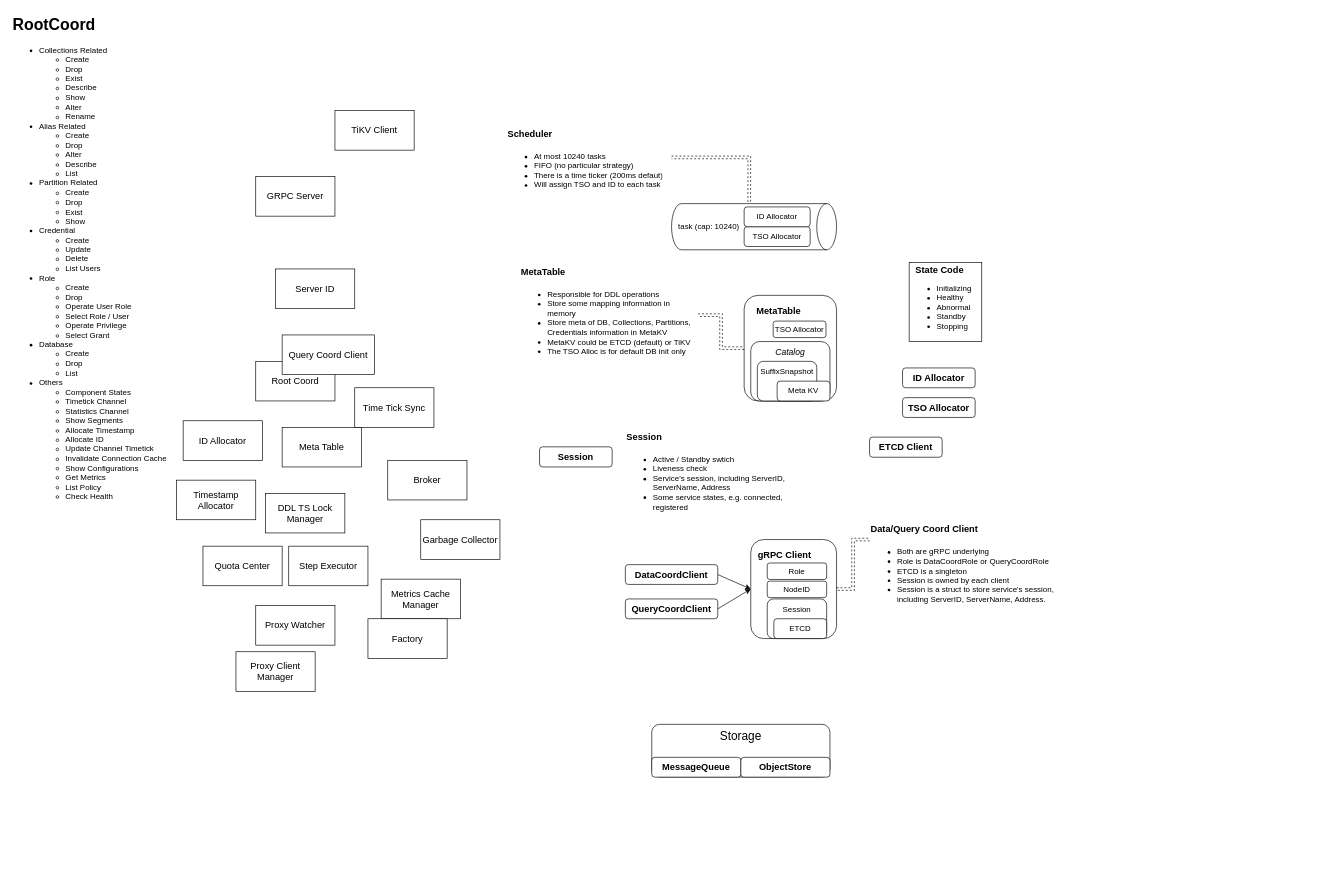
Earlier version of the draw.io diagram MilvusServer.drawio (Reidddddd/drawing). Source tidied: cells renumbered, new cells numbered last; positions are measured from the earlier drawing's top-left corner, leaving out a move shared by most shapes. Both pictures are drawn from the tidied source at 66%, with x=0, y=0 at pixel (11, 11).
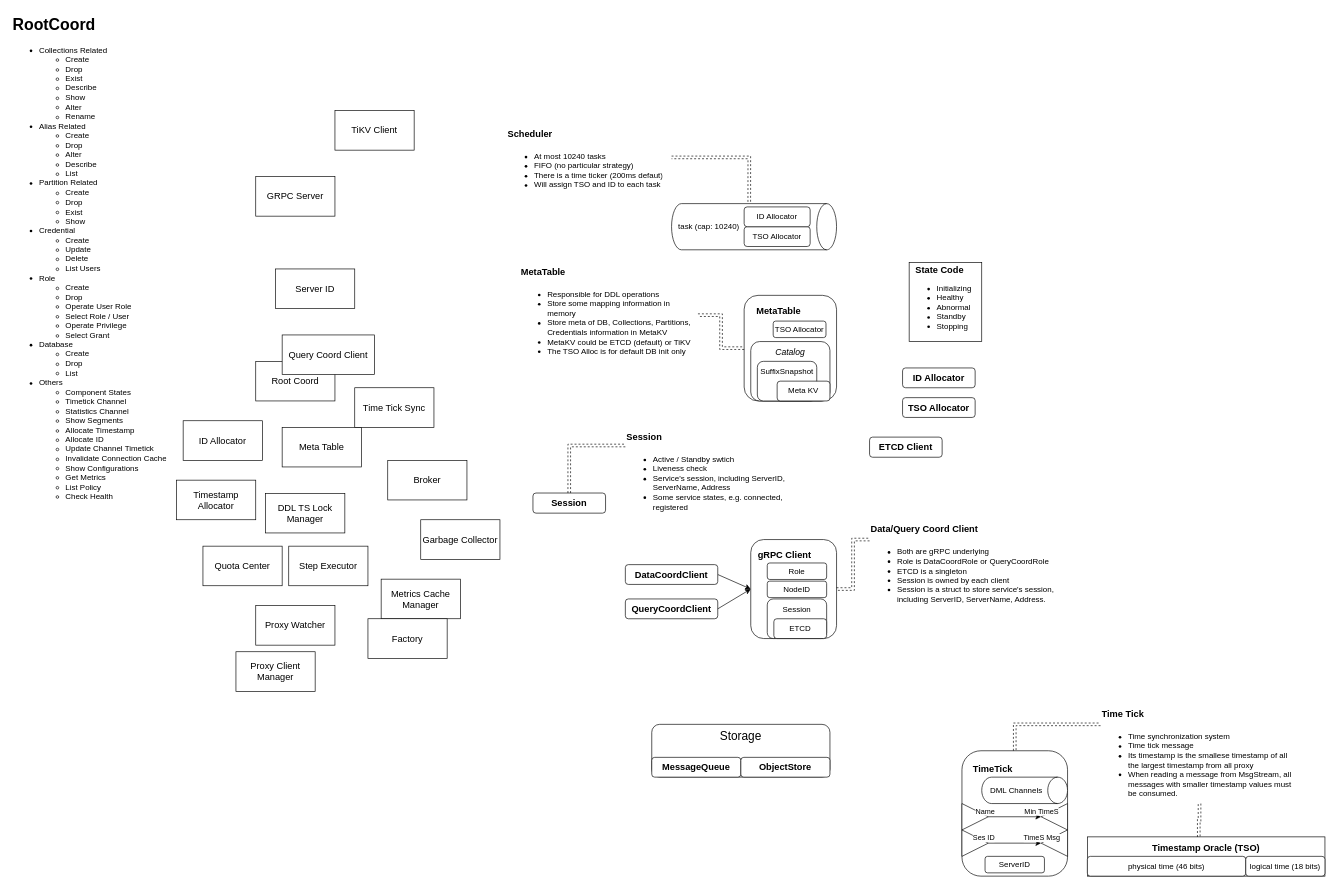
Above is the later version.

Commit message:
TimeTick part

Unchanged cells that the change refers to:
```xml
<mxCell id="52" value="&lt;h1 style=&quot;margin-top: 0px;&quot;&gt;&lt;font style=&quot;font-size: 14px;&quot;&gt;Session&lt;/font&gt;&lt;/h1&gt;&lt;p&gt;&lt;/p&gt;&lt;ul&gt;&lt;li&gt;&lt;span style=&quot;background-color: initial;&quot;&gt;Active / Standby swtich&lt;/span&gt;&lt;/li&gt;&lt;li&gt;Liveness check&lt;/li&gt;&lt;li&gt;Service's session, including ServerID, ServerName, Address&lt;/li&gt;&lt;li&gt;Some service states, e.g. connected, registered&lt;/li&gt;&lt;/ul&gt;&lt;p&gt;&lt;/p&gt;" style="text;html=1;whiteSpace=wrap;overflow=hidden;rounded=0;" parent="1" vertex="1">
  <mxGeometry x="930" y="620" width="246" height="150" as="geometry" />
</mxCell>
```

Diff of the diagram source:
```diff
@@
+    <mxCell id="53" value="&lt;div&gt;&lt;span style=&quot;font-size: 14px;&quot;&gt;&lt;b&gt;TimeTick&amp;nbsp; &amp;nbsp; &amp;nbsp; &amp;nbsp; &amp;nbsp; &amp;nbsp; &amp;nbsp; &amp;nbsp; &amp;nbsp;&lt;/b&gt;&lt;/span&gt;&lt;/div&gt;&lt;div&gt;&lt;span style=&quot;font-size: 14px;&quot;&gt;&lt;b&gt;&lt;br&gt;&lt;/b&gt;&lt;/span&gt;&lt;/div&gt;&lt;div&gt;&lt;span style=&quot;font-size: 14px;&quot;&gt;&lt;b&gt;&lt;br&gt;&lt;/b&gt;&lt;/span&gt;&lt;/div&gt;&lt;div&gt;&lt;span style=&quot;font-size: 14px;&quot;&gt;&lt;b&gt;&lt;br&gt;&lt;/b&gt;&lt;/span&gt;&lt;/div&gt;&lt;div&gt;&lt;br&gt;&lt;/div&gt;&lt;div&gt;&lt;br&gt;&lt;/div&gt;&lt;div&gt;&lt;br&gt;&lt;/div&gt;&lt;div&gt;&lt;br&gt;&lt;/div&gt;&lt;div&gt;&lt;br&gt;&lt;/div&gt;&lt;div&gt;&lt;br&gt;&lt;/div&gt;" style="rounded=1;whiteSpace=wrap;html=1;arcSize=18;" parent="1" vertex="1">
+      <mxGeometry x="1440" y="1120" width="160" height="190" as="geometry" />
+    </mxCell>
+    <mxCell id="54" style="triangle;whiteSpace=wrap;html=1;rotation=-180;" parent="1" vertex="1">
+      <mxGeometry x="1560" y="1200" width="40" height="40" as="geometry" />
+    </mxCell>
+    <mxCell id="55" style="triangle;whiteSpace=wrap;html=1;rotation=-180;" parent="1" vertex="1">
+      <mxGeometry x="1560" y="1240" width="40" height="40" as="geometry" />
+    </mxCell>
+    <mxCell id="56" style="rounded=0;whiteSpace=wrap;html=1;" parent="1" vertex="1">
+      <mxGeometry x="1630" y="1250.5" width="360" height="59.5" as="geometry" />
+    </mxCell>
@@
     <mxCell id="51" value="&lt;font style=&quot;font-size: 14px;&quot;&gt;&lt;b&gt;Session&lt;/b&gt;&lt;/font&gt;" style="rounded=1;whiteSpace=wrap;html=1;" parent="1" vertex="1">
-      <mxGeometry x="800" y="659.5" width="110" height="30.5" as="geometry" />
+      <mxGeometry x="790" y="729.5" width="110" height="30.5" as="geometry" />
     </mxCell>
@@
+    <mxCell id="57" style="rounded=0;jettySize=auto;html=1;exitX=0.5;exitY=0;exitDx=0;exitDy=0;shape=link;edgeStyle=orthogonalEdgeStyle;dashed=1;entryX=0;entryY=0.25;entryDx=0;entryDy=0;" parent="1" edge="1" source="51" target="52">
+      <mxGeometry relative="1" as="geometry" />
+    </mxCell>
+    <mxCell id="58" value="&lt;h1 style=&quot;margin-top: 0px;&quot;&gt;&lt;font style=&quot;font-size: 14px;&quot;&gt;Time Tick&lt;/font&gt;&lt;/h1&gt;&lt;p&gt;&lt;/p&gt;&lt;ul&gt;&lt;li&gt;Time synchronization system&amp;nbsp;&lt;/li&gt;&lt;li&gt;Time tick message&lt;/li&gt;&lt;li&gt;&lt;span style=&quot;background-color: initial;&quot;&gt;Its timestamp is the smallese timestamp of all the largest timestamp from all proxy&lt;/span&gt;&lt;/li&gt;&lt;li&gt;When reading a message from MsgStream, all messages with smaller timestamp values must be consumed.&lt;br&gt;&lt;/li&gt;&lt;/ul&gt;&lt;p&gt;&lt;/p&gt;" style="text;html=1;whiteSpace=wrap;overflow=hidden;rounded=0;" parent="1" vertex="1">
+      <mxGeometry x="1650" y="1040" width="300" height="160" as="geometry" />
+    </mxCell>
+    <mxCell id="59" value="&lt;font style=&quot;font-size: 12px;&quot;&gt;physical time (46 bits)&lt;/font&gt;" style="rounded=1;whiteSpace=wrap;html=1;" parent="1" vertex="1">
+      <mxGeometry x="1630" y="1280" width="240" height="30" as="geometry" />
+    </mxCell>
+    <mxCell id="60" value="&lt;font style=&quot;font-size: 12px;&quot;&gt;logical time (18 bits)&lt;/font&gt;" style="rounded=1;whiteSpace=wrap;html=1;" parent="1" vertex="1">
+      <mxGeometry x="1870" y="1280" width="120" height="30" as="geometry" />
+    </mxCell>
+    <mxCell id="61" value="&lt;font style=&quot;font-size: 14px;&quot;&gt;&lt;b&gt;Timestamp Oracle (TSO)&lt;/b&gt;&lt;/font&gt;" style="text;html=1;align=center;verticalAlign=middle;whiteSpace=wrap;rounded=0;" parent="1" vertex="1">
+      <mxGeometry x="1720" y="1251.5" width="180" height="30" as="geometry" />
+    </mxCell>
+    <mxCell id="62" value="&lt;font style=&quot;font-size: 12px;&quot;&gt;ServerID&lt;/font&gt;" style="rounded=1;whiteSpace=wrap;html=1;" parent="1" vertex="1">
+      <mxGeometry x="1475" y="1280" width="90" height="25" as="geometry" />
+    </mxCell>
+    <mxCell id="63" value="DML Channels" style="shape=cylinder3;whiteSpace=wrap;html=1;boundedLbl=1;backgroundOutline=1;size=15;direction=south;" parent="1" vertex="1">
+      <mxGeometry x="1470" y="1160" width="130" height="40" as="geometry" />
+    </mxCell>
+    <mxCell id="64" style="triangle;whiteSpace=wrap;html=1;" parent="1" vertex="1">
+      <mxGeometry x="1440" y="1200" width="40" height="40" as="geometry" />
+    </mxCell>
+    <mxCell id="65" style="endArrow=classic;html=1;rounded=0;exitX=1;exitY=0.5;exitDx=0;exitDy=0;entryX=1;entryY=0.5;entryDx=0;entryDy=0;" parent="1" edge="1" source="64" target="54">
+      <mxGeometry relative="1" as="geometry" />
+    </mxCell>
+    <mxCell id="66" value="Name" style="edgeLabel;html=1;align=left;verticalAlign=bottom;" parent="65" vertex="1">
+      <mxGeometry x="-1" relative="1" as="geometry">
+        <mxPoint x="-21" as="offset" />
+      </mxGeometry>
+    </mxCell>
+    <mxCell id="67" value="Min TimeS" style="edgeLabel;html=1;align=right;verticalAlign=bottom;" parent="65" vertex="1">
+      <mxGeometry x="1" relative="1" as="geometry">
+        <mxPoint x="27" as="offset" />
+      </mxGeometry>
+    </mxCell>
+    <mxCell id="68" style="triangle;whiteSpace=wrap;html=1;" parent="1" vertex="1">
+      <mxGeometry x="1440" y="1240" width="40" height="40" as="geometry" />
+    </mxCell>
+    <mxCell id="69" style="endArrow=classic;html=1;rounded=0;exitX=1;exitY=0.5;exitDx=0;exitDy=0;entryX=1;entryY=0.5;entryDx=0;entryDy=0;" parent="1" edge="1" source="68" target="55">
+      <mxGeometry relative="1" as="geometry" />
+    </mxCell>
+    <mxCell id="70" value="Ses ID" style="edgeLabel;html=1;align=left;verticalAlign=bottom;" parent="69" vertex="1">
+      <mxGeometry x="-1" relative="1" as="geometry">
+        <mxPoint x="-25" as="offset" />
+      </mxGeometry>
+    </mxCell>
+    <mxCell id="71" value="TimeS Msg" style="edgeLabel;html=1;align=right;verticalAlign=bottom;" parent="69" vertex="1">
+      <mxGeometry x="1" relative="1" as="geometry">
+        <mxPoint x="29" as="offset" />
+      </mxGeometry>
+    </mxCell>
+    <mxCell id="72" style="rounded=0;jettySize=auto;html=1;exitX=0.5;exitY=0;exitDx=0;exitDy=0;shape=link;edgeStyle=orthogonalEdgeStyle;dashed=1;entryX=0;entryY=0.25;entryDx=0;entryDy=0;" parent="1" edge="1" source="53" target="58">
+      <mxGeometry relative="1" as="geometry" />
+    </mxCell>
+    <mxCell id="73" style="rounded=0;jettySize=auto;html=1;exitX=0.438;exitY=-0.029;exitDx=0;exitDy=0;shape=link;edgeStyle=orthogonalEdgeStyle;dashed=1;exitPerimeter=0;entryX=0.5;entryY=1;entryDx=0;entryDy=0;" parent="1" edge="1" source="61" target="58">
+      <mxGeometry relative="1" as="geometry" />
+    </mxCell>
```
